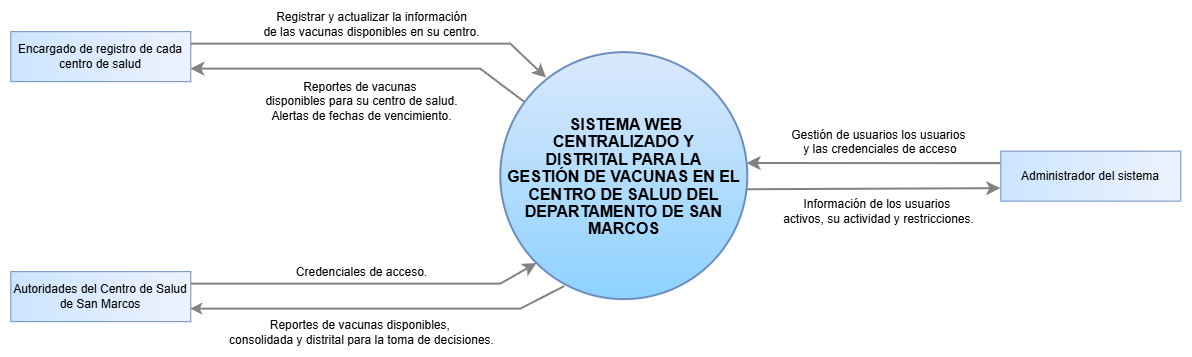
Before: Diagramas/DiagramaDeContextoDelSistema.png, a diagram exported from draw.io (WishoSz/PropuestaProyectoDeCarrera). Source tidied: cells renumbered, new cells last; positions are measured from the earlier drawing's top-left corner, leaving out a move shared by most shapes.
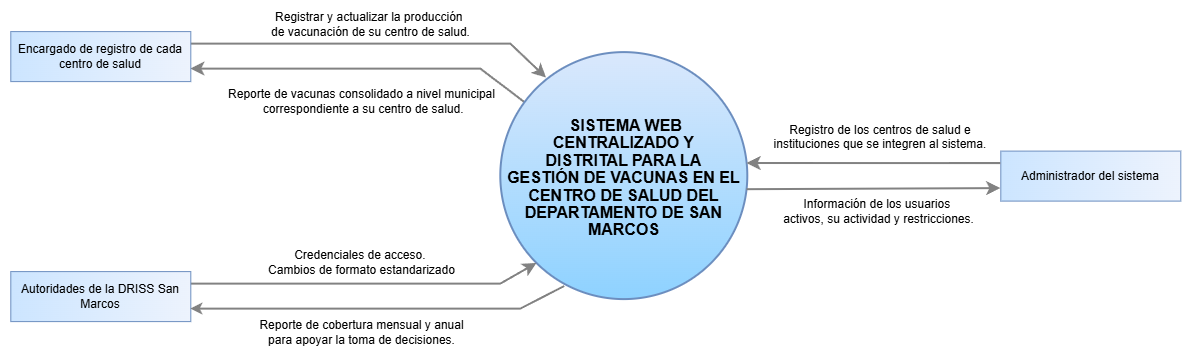
The same diagram one commit later.

Commit message:
Actualice el diagrama de contexto del sistema

Ahora ya especificamos que es el DRISS, que los centros de salud ingresan datos de producción de vacunación y que los reportes son sobre eso mensual y anualmente.

Change to the diagram source:
```diff
@@ -21,58 +21,58 @@
         </Array>
       </mxGeometry>
     </mxCell>
-    <mxCell id="5" value="Registrar y actualizar la información&lt;div&gt;de las vacunas disponibles en su centro.&lt;/div&gt;" style="edgeLabel;html=1;align=center;verticalAlign=middle;fontSize=12;" parent="4" vertex="1">
-      <mxGeometry x="-0.12" y="1" relative="1" as="geometry">
-        <mxPoint x="18" y="-19" as="offset" />
-      </mxGeometry>
-    </mxCell>
+    <mxCell id="18" value="Registrar y actualizar la producción&amp;nbsp;&lt;div&gt;de vacunación de su centro de salud.&lt;/div&gt;" style="edgeLabel;html=1;align=center;verticalAlign=middle;fontSize=12;" parent="4" vertex="1">
+      <mxGeometry x="-0.12" y="1" relative="1" as="geometry">
+        <mxPoint x="18" y="-19" as="offset" />
+      </mxGeometry>
+    </mxCell>
     <mxCell id="6" value="Encargado de registro de cada centro de salud" style="rounded=0;whiteSpace=wrap;html=1;strokeColor=#6c8ebf;align=center;verticalAlign=middle;fontFamily=Helvetica;fontSize=12;fontColor=default;fillColor=light-dark(#edf3fd, #1d293b);gradientColor=light-dark(#CCE5FF,#436697);gradientDirection=west;" parent="1" vertex="1">
       <mxGeometry width="180" height="50" as="geometry" />
     </mxCell>
-    <mxCell id="7" value="Reportes de vacunas&amp;nbsp;&lt;div&gt;disponibles para su centro de salud.&lt;/div&gt;&lt;div&gt;Alertas de fechas de vencimiento.&lt;/div&gt;" style="edgeLabel;html=1;align=center;verticalAlign=middle;fontSize=12;" parent="1" vertex="1">
-      <mxGeometry x="360" y="60" as="geometry">
-        <mxPoint x="-10" y="9" as="offset" />
-      </mxGeometry>
-    </mxCell>
-    <mxCell id="8" style="edgeStyle=none;curved=0;rounded=0;jettySize=auto;html=1;exitX=1;exitY=0.25;exitDx=0;exitDy=0;fontSize=12;startSize=8;endSize=8;entryX=0;entryY=1;entryDx=0;entryDy=0;strokeWidth=2;strokeColor=light-dark(#828282,#EDEDED);" parent="1" edge="1" source="9" target="3">
-      <mxGeometry relative="1" as="geometry">
-        <Array as="points">
-          <mxPoint x="490" y="252.5" />
-        </Array>
-      </mxGeometry>
-    </mxCell>
-    <mxCell id="9" value="Autoridades del Centro de Salud de San Marcos" style="rounded=0;whiteSpace=wrap;html=1;strokeColor=#6c8ebf;align=center;verticalAlign=middle;fontFamily=Helvetica;fontSize=12;fontColor=default;fillColor=light-dark(#edf3fd, #1d293b);gradientColor=light-dark(#CCE5FF,#436697);gradientDirection=west;" parent="1" vertex="1">
-      <mxGeometry y="240" width="180" height="50" as="geometry" />
-    </mxCell>
-    <mxCell id="10" style="edgeStyle=none;curved=0;rounded=0;jettySize=auto;html=1;exitX=1;exitY=0.75;exitDx=0;exitDy=0;entryX=0.259;entryY=0.947;entryDx=0;entryDy=0;entryPerimeter=0;fontSize=12;startArrow=classic;startFill=1;endArrow=none;endFill=0;strokeWidth=2;strokeColor=light-dark(#828282,#EDEDED);" parent="1" edge="1" source="9" target="3">
-      <mxGeometry relative="1" as="geometry">
-        <Array as="points">
-          <mxPoint x="510" y="277.5" />
-        </Array>
-      </mxGeometry>
-    </mxCell>
-    <mxCell id="11" value="Credenciales de acceso." style="edgeLabel;html=1;align=center;verticalAlign=middle;fontSize=12;" parent="1" vertex="1">
-      <mxGeometry x="350" y="240" as="geometry" />
-    </mxCell>
-    <mxCell id="12" value="&lt;div&gt;Reportes de vacunas disponibles,&amp;nbsp;&lt;/div&gt;&lt;div&gt;consolidada y distrital&amp;nbsp;&lt;span style=&quot;color: light-dark(rgb(0, 0, 0), rgb(255, 255, 255)); background-color: light-dark(#ffffff, var(--ge-dark-color, #121212));&quot;&gt;p&lt;/span&gt;&lt;span style=&quot;color: light-dark(rgb(0, 0, 0), rgb(255, 255, 255)); background-color: light-dark(#ffffff, var(--ge-dark-color, #121212));&quot;&gt;ara la toma de decisiones.&lt;/span&gt;&lt;/div&gt;" style="edgeLabel;html=1;align=center;verticalAlign=middle;fontSize=12;" parent="1" vertex="1">
-      <mxGeometry x="350" y="300" as="geometry" />
-    </mxCell>
+    <mxCell id="19" value="Reporte de vacunas consolidado a nivel municipal&lt;div&gt;&amp;nbsp;correspondiente&amp;nbsp;&lt;span style=&quot;background-color: light-dark(#ffffff, var(--ge-dark-color, #121212)); color: light-dark(rgb(0, 0, 0), rgb(255, 255, 255));&quot;&gt;a su centro de salud.&lt;/span&gt;&lt;/div&gt;" style="edgeLabel;html=1;align=center;verticalAlign=middle;fontSize=12;" parent="1" vertex="1">
+      <mxGeometry x="360" y="60" as="geometry">
+        <mxPoint x="-10" y="9" as="offset" />
+      </mxGeometry>
+    </mxCell>
+    <mxCell id="20" style="edgeStyle=none;curved=0;rounded=0;jettySize=auto;html=1;exitX=1;exitY=0.25;exitDx=0;exitDy=0;fontSize=12;startSize=8;endSize=8;entryX=0;entryY=1;entryDx=0;entryDy=0;strokeWidth=2;strokeColor=light-dark(#828282,#EDEDED);" parent="1" edge="1" source="21" target="3">
+      <mxGeometry relative="1" as="geometry">
+        <Array as="points">
+          <mxPoint x="490" y="252.5" />
+        </Array>
+      </mxGeometry>
+    </mxCell>
+    <mxCell id="21" value="Autoridades de la DRISS San Marcos" style="rounded=0;whiteSpace=wrap;html=1;strokeColor=#6c8ebf;align=center;verticalAlign=middle;fontFamily=Helvetica;fontSize=12;fontColor=default;fillColor=light-dark(#edf3fd, #1d293b);gradientColor=light-dark(#CCE5FF,#436697);gradientDirection=west;" parent="1" vertex="1">
+      <mxGeometry y="240" width="180" height="50" as="geometry" />
+    </mxCell>
+    <mxCell id="22" style="edgeStyle=none;curved=0;rounded=0;jettySize=auto;html=1;exitX=1;exitY=0.75;exitDx=0;exitDy=0;entryX=0.259;entryY=0.947;entryDx=0;entryDy=0;entryPerimeter=0;fontSize=12;startArrow=classic;startFill=1;endArrow=none;endFill=0;strokeWidth=2;strokeColor=light-dark(#828282,#EDEDED);" parent="1" edge="1" source="21" target="3">
+      <mxGeometry relative="1" as="geometry">
+        <Array as="points">
+          <mxPoint x="510" y="277.5" />
+        </Array>
+      </mxGeometry>
+    </mxCell>
+    <mxCell id="23" value="Credenciales de acceso.&amp;nbsp;&lt;div&gt;Cambios de formato estandarizado&lt;/div&gt;" style="edgeLabel;html=1;align=center;verticalAlign=middle;fontSize=12;" parent="1" vertex="1">
+      <mxGeometry x="350" y="230" as="geometry" />
+    </mxCell>
+    <mxCell id="24" value="&amp;nbsp;Reporte de cobertura mensual y anual&amp;nbsp;&lt;div&gt;para apoyar la toma de decisiones.&lt;/div&gt;" style="edgeLabel;html=1;align=center;verticalAlign=middle;fontSize=12;" parent="1" vertex="1">
+      <mxGeometry x="350" y="300" as="geometry" />
+    </mxCell>
     <mxCell id="13" value="&lt;span style=&quot;text-align: left;&quot;&gt;Administrador del sistema&lt;/span&gt;" style="rounded=0;whiteSpace=wrap;html=1;fillColor=light-dark(#edf3fd, #1d293b);gradientColor=light-dark(#CCE5FF,#436697);strokeColor=#6c8ebf;gradientDirection=west;align=center;verticalAlign=middle;fontFamily=Helvetica;fontSize=12;fontColor=default;" parent="1" vertex="1">
       <mxGeometry x="990" y="119.5" width="180" height="50" as="geometry" />
     </mxCell>
-    <mxCell id="14" style="edgeStyle=none;curved=1;rounded=0;jettySize=auto;html=1;exitX=0;exitY=0.25;exitDx=0;exitDy=0;entryX=0.997;entryY=0.449;entryDx=0;entryDy=0;entryPerimeter=0;fontSize=12;startSize=8;endSize=8;strokeWidth=2;strokeColor=light-dark(#828282,#EDEDED);" parent="1" edge="1" source="13" target="3">
-      <mxGeometry relative="1" as="geometry" />
-    </mxCell>
-    <mxCell id="15" style="edgeStyle=none;curved=0;rounded=0;jettySize=auto;html=1;exitX=0;exitY=0.75;exitDx=0;exitDy=0;entryX=0.997;entryY=0.555;entryDx=0;entryDy=0;entryPerimeter=0;fontSize=12;startSize=8;endSize=8;startArrow=classic;startFill=1;endArrow=none;endFill=0;strokeWidth=2;strokeColor=light-dark(#828282,#EDEDED);" parent="1" edge="1" source="13" target="3">
-      <mxGeometry relative="1" as="geometry" />
-    </mxCell>
+    <mxCell id="25" style="edgeStyle=none;curved=1;rounded=0;jettySize=auto;html=1;exitX=0;exitY=0.25;exitDx=0;exitDy=0;entryX=0.997;entryY=0.449;entryDx=0;entryDy=0;entryPerimeter=0;fontSize=12;startSize=8;endSize=8;strokeWidth=2;strokeColor=light-dark(#828282,#EDEDED);" parent="1" edge="1" source="13" target="3">
+      <mxGeometry relative="1" as="geometry" />
+    </mxCell>
+    <mxCell id="26" style="edgeStyle=none;curved=0;rounded=0;jettySize=auto;html=1;exitX=0;exitY=0.75;exitDx=0;exitDy=0;entryX=0.997;entryY=0.555;entryDx=0;entryDy=0;entryPerimeter=0;fontSize=12;startSize=8;endSize=8;startArrow=classic;startFill=1;endArrow=none;endFill=0;strokeWidth=2;strokeColor=light-dark(#828282,#EDEDED);" parent="1" edge="1" source="13" target="3">
+      <mxGeometry relative="1" as="geometry" />
+    </mxCell>
-    <mxCell id="16" value="Información de los usuarios&amp;nbsp;&lt;div&gt;activos, su actividad y restricciones.&lt;/div&gt;" style="edgeLabel;html=1;align=center;verticalAlign=middle;fontSize=12;" parent="15" vertex="1">
+    <mxCell id="16" value="Información de los usuarios&amp;nbsp;&lt;div&gt;activos, su actividad y restricciones.&lt;/div&gt;" style="edgeLabel;html=1;align=center;verticalAlign=middle;fontSize=12;" parent="26" vertex="1">
       <mxGeometry x="-0.03" y="4" relative="1" as="geometry">
         <mxPoint y="18" as="offset" />
       </mxGeometry>
     </mxCell>
-    <mxCell id="17" value="Gestión de usuarios los usuarios &#10;y las credenciales de acceso" style="text;whiteSpace=wrap;align=center;" parent="1" vertex="1">
-      <mxGeometry x="780" y="90" width="180" height="40" as="geometry" />
-    </mxCell>
+    <mxCell id="27" value="Registro de los centros de salud e instituciones que se integren al sistema." style="text;whiteSpace=wrap;align=center;" parent="1" vertex="1">
+      <mxGeometry x="760" y="85" width="220" height="60" as="geometry" />
+    </mxCell>
   </root>
 </mxGraphModel>
```
